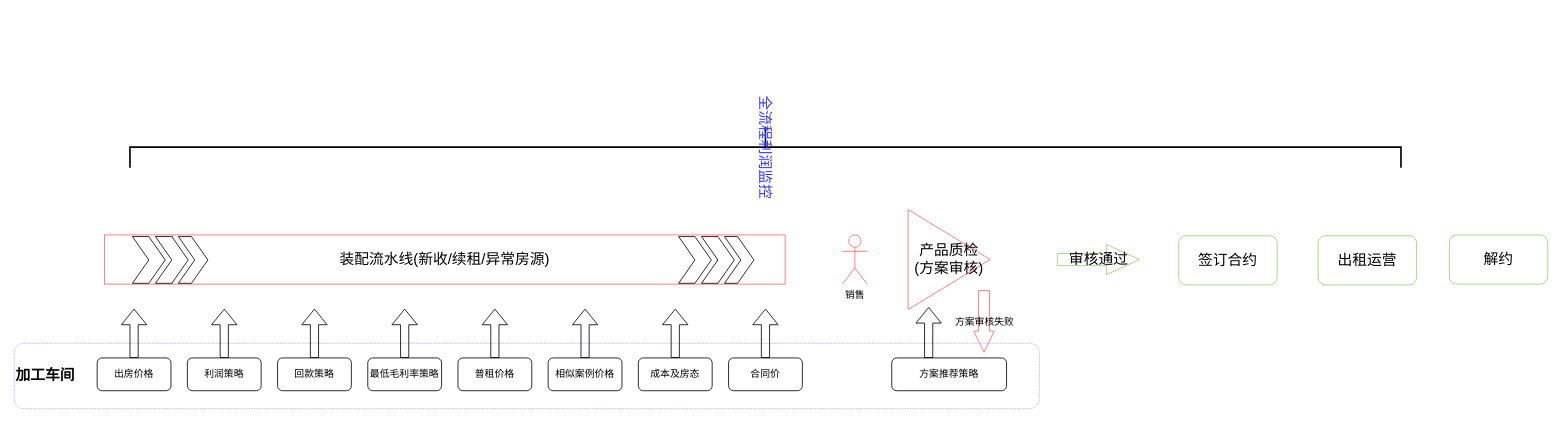
Before: Untitled Diagram.drawio in zhuyeqing/tutorials, a draw.io diagram. Source tidied: cells renumbered, new cells numbered last; positions are measured from the earlier drawing's top-left corner, leaving out a move shared by most shapes. Both pictures are drawn from the tidied source at 82%, with x=0, y=0 at pixel (14, -489).
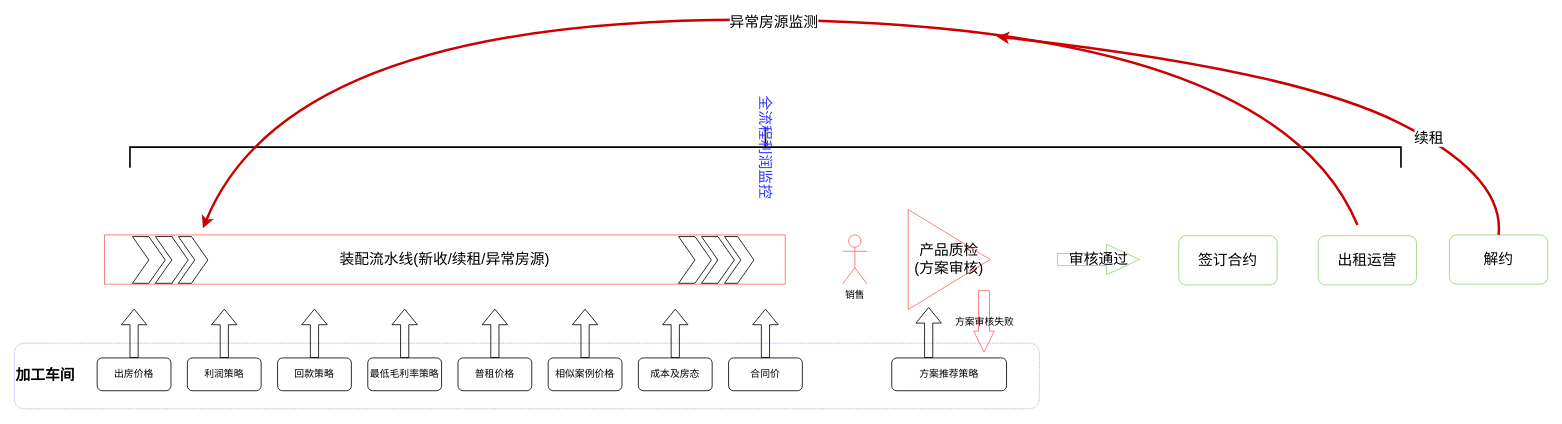
Above is the later version.

The change refers to these unchanged cells:
```xml
<mxCell id="20" style="swimlane;horizontal=1;fillColor=none;strokeColor=none;stackBorder=10;align=center;points=[];fontColor=#000000;" parent="1" vertex="1">
  <mxGeometry x="134" y="851" width="112" height="100" as="geometry" />
</mxCell>
<mxCell id="36" value="&lt;font style=&quot;font-size: 18px&quot;&gt;解约&lt;/font&gt;" style="rounded=1;whiteSpace=wrap;html=1;strokeColor=#97D077;strokeWidth=1;fillColor=none;" parent="1" vertex="1">
  <mxGeometry x="1750" y="882" width="120" height="60" as="geometry" />
</mxCell>
```

Change to the diagram source:
```diff
@@
+    <mxCell id="38" style="curved=1;endArrow=classic;html=1;entryX=0.857;entryY=0.23;entryDx=0;entryDy=0;entryPerimeter=0;strokeWidth=3;strokeColor=#CC0000;" parent="1" edge="1" target="20">
+      <mxGeometry relative="1" as="geometry">
+        <mxPoint x="1638" y="870" as="sourcePoint" />
+        <Array as="points">
+          <mxPoint x="1538" y="630" />
+          <mxPoint x="338" y="610" />
+        </Array>
+      </mxGeometry>
+    </mxCell>
+    <mxCell id="39" value="&lt;font style=&quot;font-size: 18px&quot;&gt;异常房源监测&lt;/font&gt;" style="text;html=1;align=center;verticalAlign=middle;labelBackgroundColor=#ffffff;" parent="38" vertex="1">
+      <mxGeometry y="3" relative="1" as="geometry" />
+    </mxCell>
+    <mxCell id="40" style="curved=1;endArrow=classic;html=1;strokeColor=#CC0000;strokeWidth=3;exitX=0.5;exitY=0;exitDx=0;exitDy=0;" parent="1" edge="1" source="36">
+      <mxGeometry relative="1" as="geometry">
+        <mxPoint x="1198" y="640" as="targetPoint" />
+        <Array as="points">
+          <mxPoint x="1818" y="810" />
+          <mxPoint x="1558" y="680" />
+        </Array>
+      </mxGeometry>
+    </mxCell>
+    <mxCell id="41" value="&lt;font style=&quot;font-size: 18px&quot;&gt;续租&lt;/font&gt;" style="text;html=1;align=center;verticalAlign=middle;labelBackgroundColor=#ffffff;" parent="40" vertex="1">
+      <mxGeometry x="-0.51" y="1" relative="1" as="geometry">
+        <mxPoint x="1" as="offset" />
+      </mxGeometry>
+    </mxCell>
```
